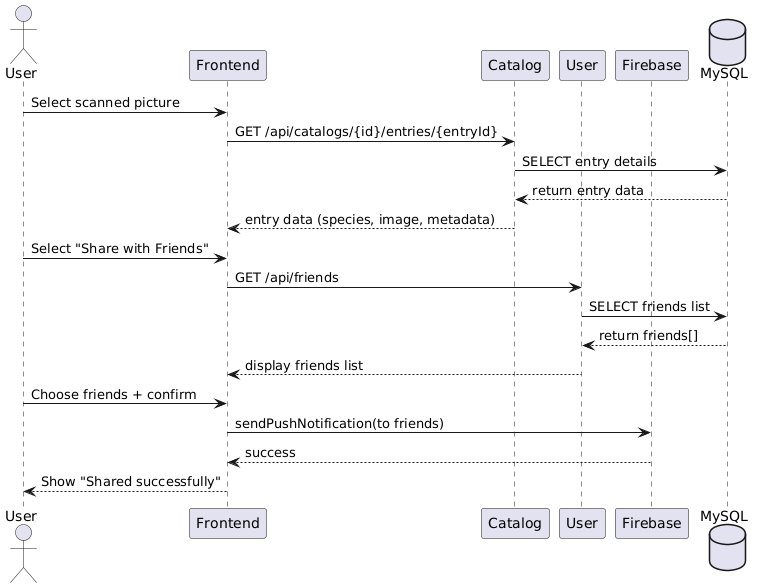
Earlier version of the PlantUML export documentation/images/shareScannedPicture.png (XXLSmile/BioTrack). Source of this version:
```plantuml
@startuml
actor User
participant Frontend
participant Catalog
participant "User" as UserService
participant Firebase
database MySQL

User -> Frontend : Select scanned picture
Frontend -> Catalog : GET /api/catalogs/{id}/entries/{entryId}
Catalog -> MySQL : SELECT entry details
MySQL --> Catalog : return entry data
Catalog --> Frontend : entry data (species, image, metadata)
User -> Frontend : Select "Share with Friends"
Frontend -> UserService : GET /api/friends
UserService -> MySQL : SELECT friends list
MySQL --> UserService : return friends[]
UserService --> Frontend : display friends list
User -> Frontend : Choose friends + confirm
Frontend -> Firebase : sendPushNotification(to friends)
Firebase --> Frontend : success
Frontend --> User : Show "Shared successfully"
@enduml
```
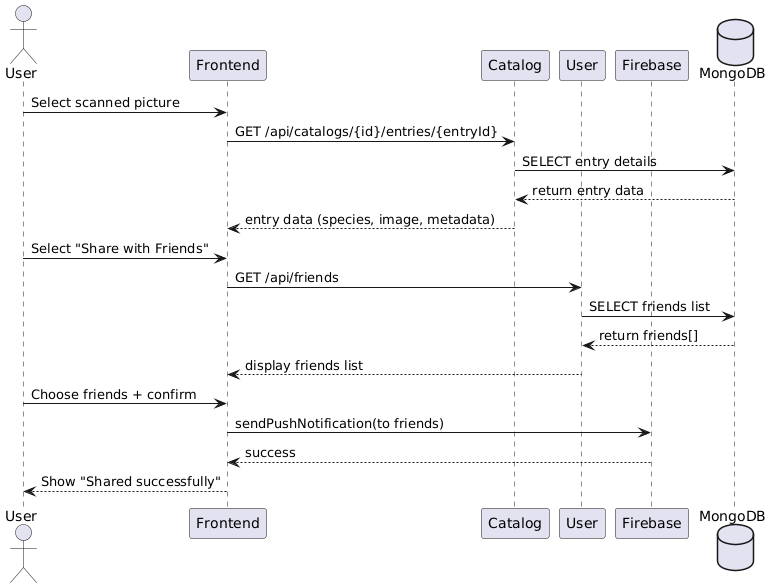
The same diagram one commit later.

Diff of the diagram source:
```diff
@@ -4,17 +4,17 @@
 participant Catalog
 participant "User" as UserService
 participant Firebase
-database MySQL
+database MongoDB
 
 User -> Frontend : Select scanned picture
 Frontend -> Catalog : GET /api/catalogs/{id}/entries/{entryId}
-Catalog -> MySQL : SELECT entry details
-MySQL --> Catalog : return entry data
+Catalog -> MongoDB : SELECT entry details
+MongoDB --> Catalog : return entry data
 Catalog --> Frontend : entry data (species, image, metadata)
 User -> Frontend : Select "Share with Friends"
 Frontend -> UserService : GET /api/friends
-UserService -> MySQL : SELECT friends list
-MySQL --> UserService : return friends[]
+UserService -> MongoDB : SELECT friends list
+MongoDB --> UserService : return friends[]
 UserService --> Frontend : display friends list
 User -> Frontend : Choose friends + confirm
 Frontend -> Firebase : sendPushNotification(to friends)
```
